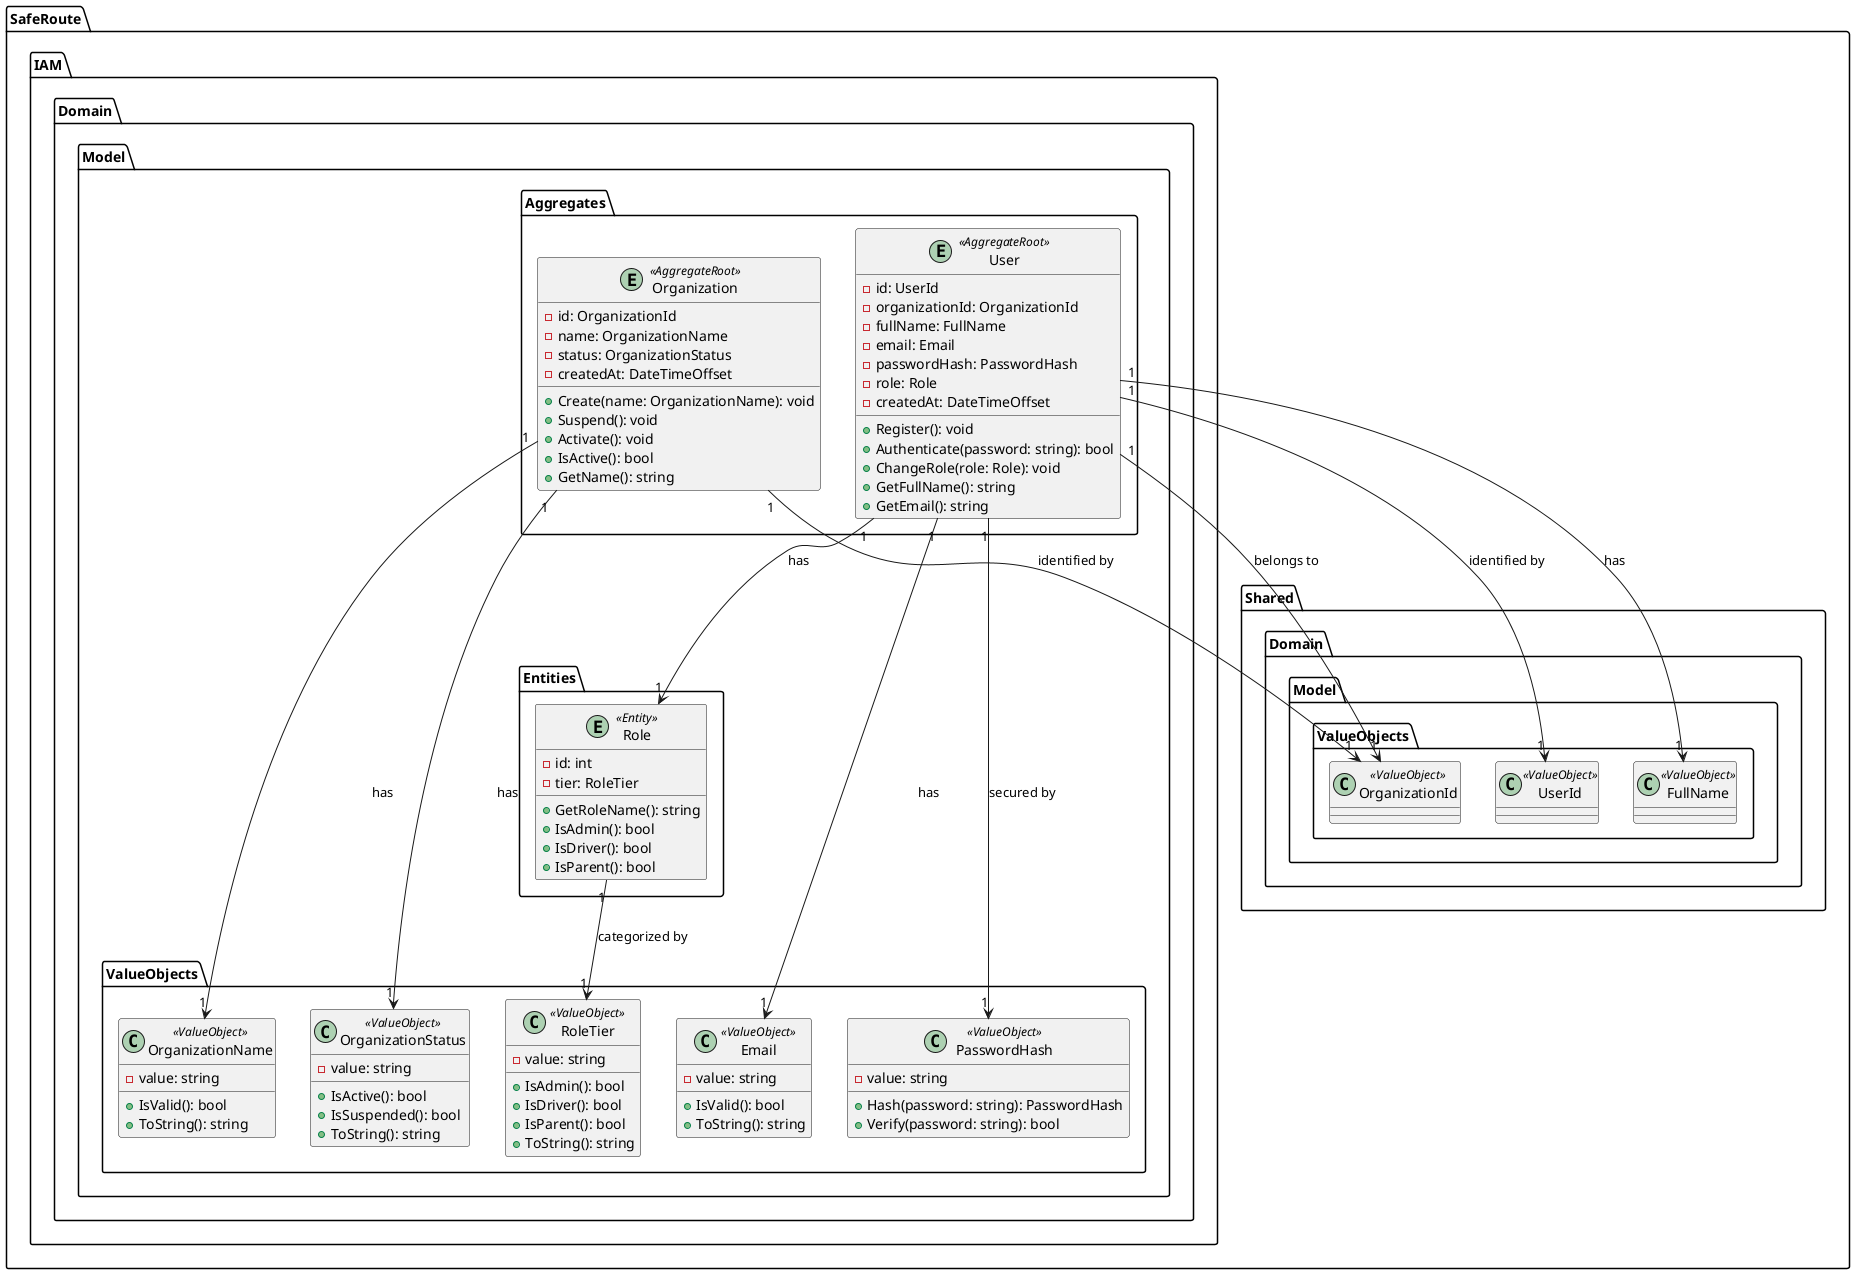
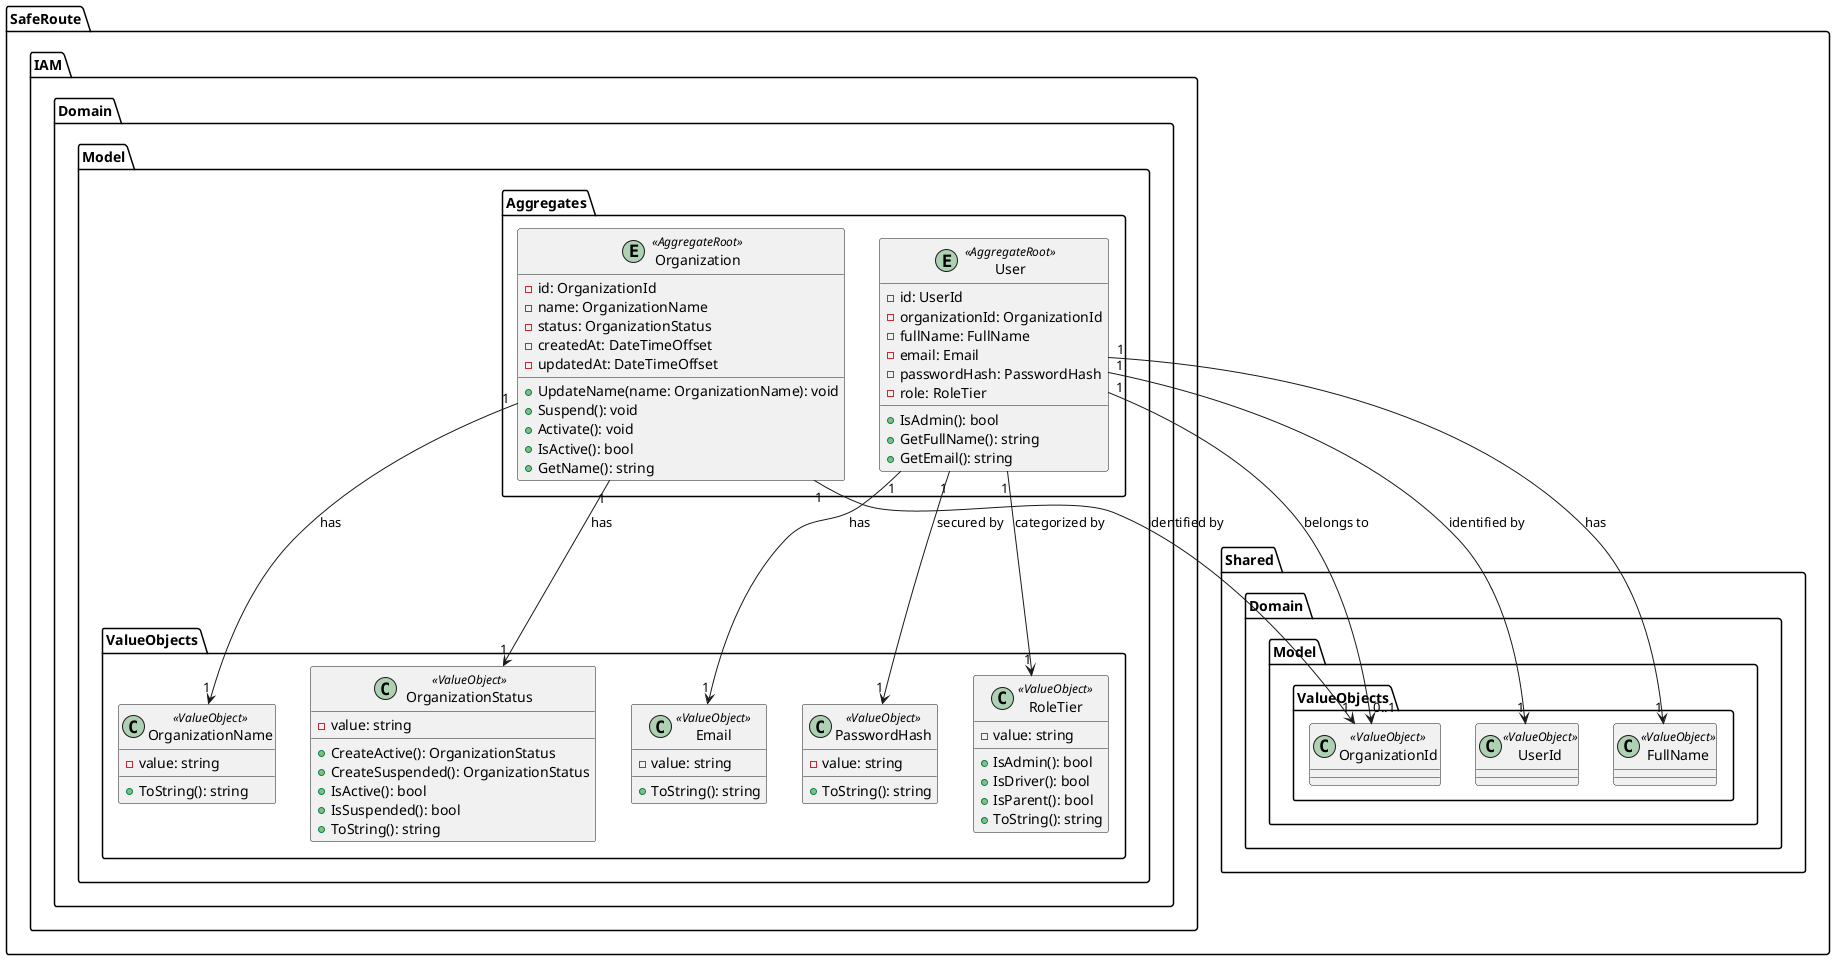
@startuml
skinparam monochrome false

package "SafeRoute.IAM.Domain.Model.Aggregates" {
  entity "Organization" as Organization <<AggregateRoot>> {
    -id: OrganizationId
    -name: OrganizationName
    -status: OrganizationStatus
    -createdAt: DateTimeOffset
-     +Create(name: OrganizationName): void
+     -updatedAt: DateTimeOffset
+     +UpdateName(name: OrganizationName): void
    +Suspend(): void
    +Activate(): void
    +IsActive(): bool
    +GetName(): string
  }

  entity "User" as User <<AggregateRoot>> {
    -id: UserId
    -organizationId: OrganizationId
    -fullName: FullName
    -email: Email
    -passwordHash: PasswordHash
-     -role: Role
-     -createdAt: DateTimeOffset
-     +Register(): void
-     +Authenticate(password: string): bool
-     +ChangeRole(role: Role): void
+     -role: RoleTier
+     +IsAdmin(): bool
    +GetFullName(): string
    +GetEmail(): string
-   }
- }
- 
- package "SafeRoute.IAM.Domain.Model.Entities" {
-   entity "Role" as Role <<Entity>> {
-     -id: int
-     -tier: RoleTier
-     +GetRoleName(): string
-     +IsAdmin(): bool
-     +IsDriver(): bool
-     +IsParent(): bool
  }
}

package "SafeRoute.IAM.Domain.Model.ValueObjects" {
  class "OrganizationName" as OrganizationName <<ValueObject>> {
    -value: string
-     +IsValid(): bool
    +ToString(): string
  }

  class "OrganizationStatus" as OrganizationStatus <<ValueObject>> {
    -value: string
+     +CreateActive(): OrganizationStatus
+     +CreateSuspended(): OrganizationStatus
    +IsActive(): bool
    +IsSuspended(): bool
    +ToString(): string
  }

  class "Email" as Email <<ValueObject>> {
    -value: string
-     +IsValid(): bool
    +ToString(): string
  }

  class "PasswordHash" as PasswordHash <<ValueObject>> {
    -value: string
-     +Hash(password: string): PasswordHash
-     +Verify(password: string): bool
+     +ToString(): string
  }

  class "RoleTier" as RoleTier <<ValueObject>> {
    -value: string
    +IsAdmin(): bool
    +IsDriver(): bool
    +IsParent(): bool
    +ToString(): string
  }
}

' ─── Shared ──────────────────────────────────────────────────────────────────
package "SafeRoute.Shared.Domain.Model.ValueObjects" {
  class "OrganizationId" as SharedOrganizationId <<ValueObject>> {
  }
  class "UserId" as SharedUserId <<ValueObject>> {
  }
  class "FullName" as SharedFullName <<ValueObject>> {
  }
}

Organization "1" --> "1" SharedOrganizationId : identified by
Organization "1" --> "1" OrganizationName : has
Organization "1" --> "1" OrganizationStatus : has
User "1" --> "1" SharedUserId : identified by
- User "1" --> "1" SharedOrganizationId : belongs to
+ User "1" --> "0..1" SharedOrganizationId : belongs to
User "1" --> "1" SharedFullName : has
User "1" --> "1" Email : has
User "1" --> "1" PasswordHash : secured by
- User "1" --> "1" Role : has
- Role "1" --> "1" RoleTier : categorized by
+ User "1" --> "1" RoleTier : categorized by

@enduml
